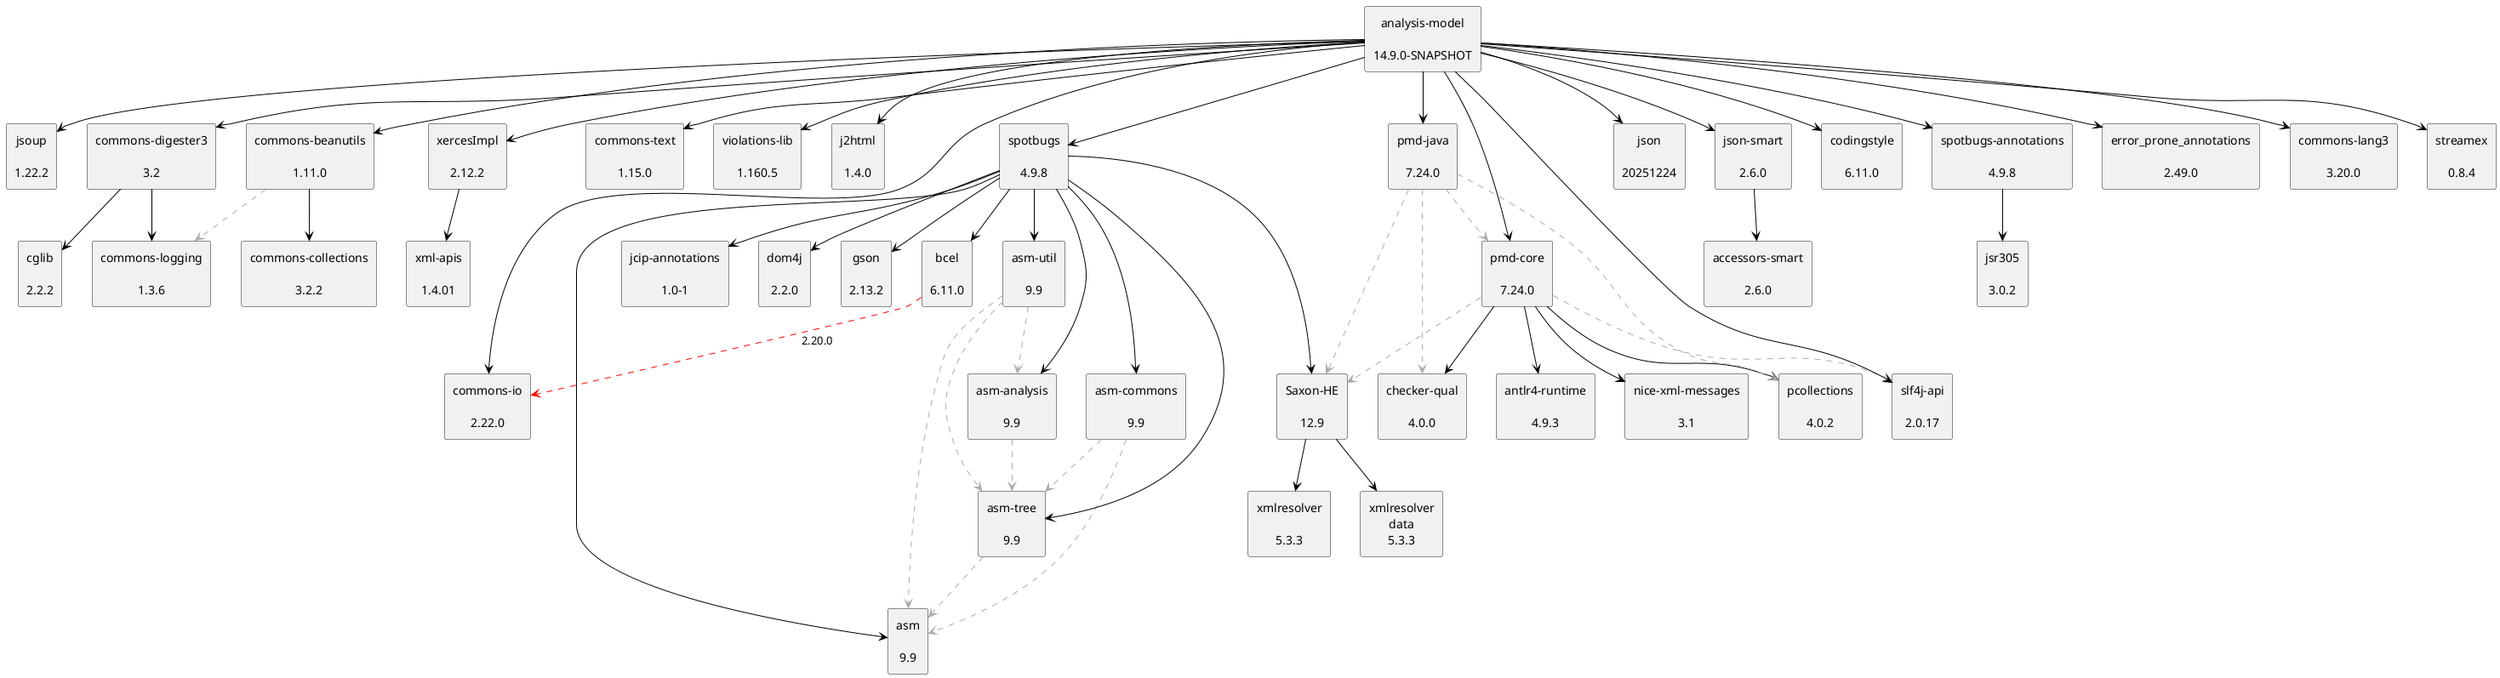
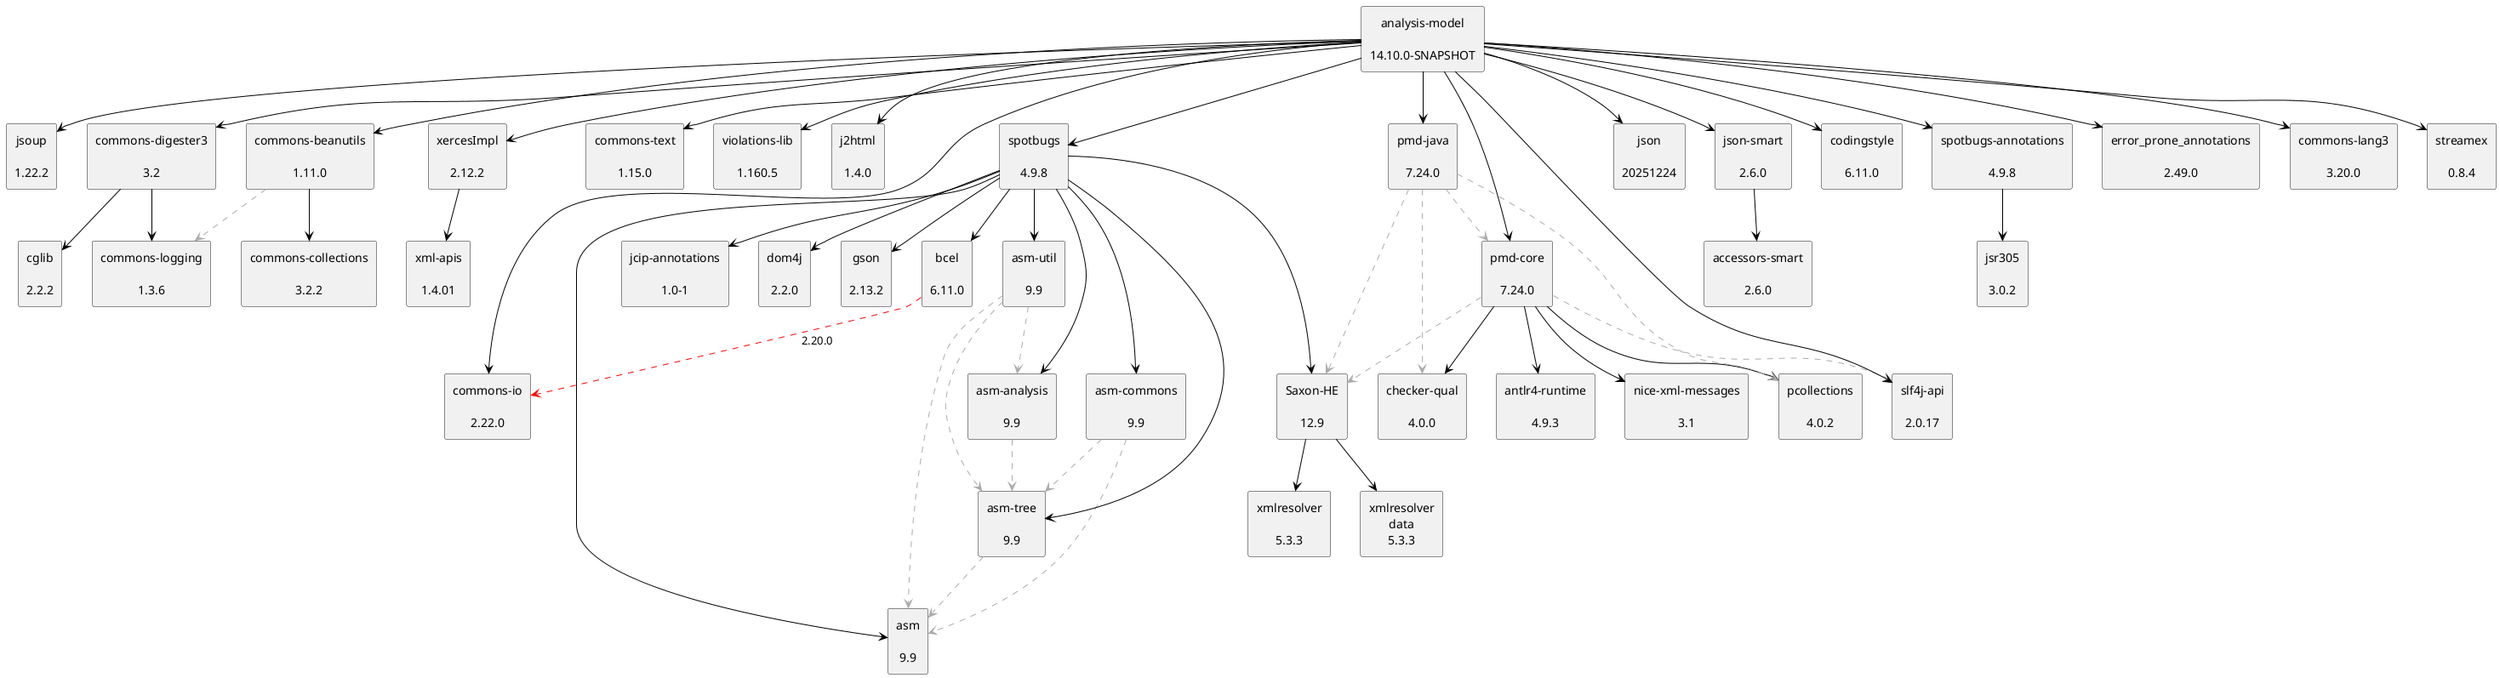
@startuml
skinparam defaultTextAlignment center
skinparam rectangle {
  BackgroundColor<<optional>> beige
  BackgroundColor<<test>> lightGreen
  BackgroundColor<<runtime>> lightBlue
  BackgroundColor<<provided>> lightGray
}
- rectangle "analysis-model\n\n14.9.0-SNAPSHOT" as edu_hm_hafner_analysis_model_jar
+ rectangle "analysis-model\n\n14.10.0-SNAPSHOT" as edu_hm_hafner_analysis_model_jar
rectangle "jsoup\n\n1.22.2" as org_jsoup_jsoup_jar
rectangle "commons-io\n\n2.22.0" as commons_io_commons_io_jar
rectangle "commons-digester3\n\n3.2" as org_apache_commons_commons_digester3_jar
rectangle "cglib\n\n2.2.2" as cglib_cglib_jar
rectangle "commons-logging\n\n1.3.6" as commons_logging_commons_logging_jar
rectangle "commons-beanutils\n\n1.11.0" as commons_beanutils_commons_beanutils_jar
rectangle "commons-collections\n\n3.2.2" as commons_collections_commons_collections_jar
rectangle "commons-text\n\n1.15.0" as org_apache_commons_commons_text_jar
rectangle "violations-lib\n\n1.160.5" as se_bjurr_violations_violations_lib_jar
rectangle "j2html\n\n1.4.0" as com_j2html_j2html_jar
rectangle "xercesImpl\n\n2.12.2" as xerces_xercesImpl_jar
rectangle "xml-apis\n\n1.4.01" as xml_apis_xml_apis_jar
rectangle "spotbugs\n\n4.9.8" as com_github_spotbugs_spotbugs_jar
rectangle "asm\n\n9.9" as org_ow2_asm_asm_jar
rectangle "asm-analysis\n\n9.9" as org_ow2_asm_asm_analysis_jar
rectangle "asm-tree\n\n9.9" as org_ow2_asm_asm_tree_jar
rectangle "asm-commons\n\n9.9" as org_ow2_asm_asm_commons_jar
rectangle "asm-util\n\n9.9" as org_ow2_asm_asm_util_jar
rectangle "bcel\n\n6.11.0" as org_apache_bcel_bcel_jar
rectangle "jcip-annotations\n\n1.0-1" as com_github_stephenc_jcip_jcip_annotations_jar
rectangle "dom4j\n\n2.2.0" as org_dom4j_dom4j_jar
rectangle "gson\n\n2.13.2" as com_google_code_gson_gson_jar
rectangle "Saxon-HE\n\n12.9" as net_sf_saxon_Saxon_HE_jar
rectangle "xmlresolver\n\n5.3.3" as org_xmlresolver_xmlresolver_jar
rectangle "xmlresolver\ndata\n5.3.3" as org_xmlresolver_xmlresolver_jar_data
rectangle "pmd-core\n\n7.24.0" as net_sourceforge_pmd_pmd_core_jar
rectangle "slf4j-api\n\n2.0.17" as org_slf4j_slf4j_api_jar
rectangle "antlr4-runtime\n\n4.9.3" as org_antlr_antlr4_runtime_jar
rectangle "checker-qual\n\n4.0.0" as org_checkerframework_checker_qual_jar
rectangle "pcollections\n\n4.0.2" as org_pcollections_pcollections_jar
rectangle "nice-xml-messages\n\n3.1" as com_github_oowekyala_ooxml_nice_xml_messages_jar
rectangle "pmd-java\n\n7.24.0" as net_sourceforge_pmd_pmd_java_jar
rectangle "json\n\n20251224" as org_json_json_jar
rectangle "json-smart\n\n2.6.0" as net_minidev_json_smart_jar
rectangle "accessors-smart\n\n2.6.0" as net_minidev_accessors_smart_jar
rectangle "codingstyle\n\n6.11.0" as edu_hm_hafner_codingstyle_jar
rectangle "spotbugs-annotations\n\n4.9.8" as com_github_spotbugs_spotbugs_annotations_jar
rectangle "jsr305\n\n3.0.2" as com_google_code_findbugs_jsr305_jar
rectangle "error_prone_annotations\n\n2.49.0" as com_google_errorprone_error_prone_annotations_jar
rectangle "commons-lang3\n\n3.20.0" as org_apache_commons_commons_lang3_jar
rectangle "streamex\n\n0.8.4" as one_util_streamex_jar
edu_hm_hafner_analysis_model_jar -[#000000]-> org_jsoup_jsoup_jar
edu_hm_hafner_analysis_model_jar -[#000000]-> commons_io_commons_io_jar
org_apache_commons_commons_digester3_jar -[#000000]-> cglib_cglib_jar
org_apache_commons_commons_digester3_jar -[#000000]-> commons_logging_commons_logging_jar
edu_hm_hafner_analysis_model_jar -[#000000]-> org_apache_commons_commons_digester3_jar
commons_beanutils_commons_beanutils_jar .[#ABABAB].> commons_logging_commons_logging_jar
commons_beanutils_commons_beanutils_jar -[#000000]-> commons_collections_commons_collections_jar
edu_hm_hafner_analysis_model_jar -[#000000]-> commons_beanutils_commons_beanutils_jar
edu_hm_hafner_analysis_model_jar -[#000000]-> org_apache_commons_commons_text_jar
edu_hm_hafner_analysis_model_jar -[#000000]-> se_bjurr_violations_violations_lib_jar
edu_hm_hafner_analysis_model_jar -[#000000]-> com_j2html_j2html_jar
xerces_xercesImpl_jar -[#000000]-> xml_apis_xml_apis_jar
edu_hm_hafner_analysis_model_jar -[#000000]-> xerces_xercesImpl_jar
com_github_spotbugs_spotbugs_jar -[#000000]-> org_ow2_asm_asm_jar
org_ow2_asm_asm_analysis_jar .[#ABABAB].> org_ow2_asm_asm_tree_jar
com_github_spotbugs_spotbugs_jar -[#000000]-> org_ow2_asm_asm_analysis_jar
org_ow2_asm_asm_commons_jar .[#ABABAB].> org_ow2_asm_asm_jar
org_ow2_asm_asm_commons_jar .[#ABABAB].> org_ow2_asm_asm_tree_jar
com_github_spotbugs_spotbugs_jar -[#000000]-> org_ow2_asm_asm_commons_jar
org_ow2_asm_asm_tree_jar .[#ABABAB].> org_ow2_asm_asm_jar
com_github_spotbugs_spotbugs_jar -[#000000]-> org_ow2_asm_asm_tree_jar
org_ow2_asm_asm_util_jar .[#ABABAB].> org_ow2_asm_asm_jar
org_ow2_asm_asm_util_jar .[#ABABAB].> org_ow2_asm_asm_tree_jar
org_ow2_asm_asm_util_jar .[#ABABAB].> org_ow2_asm_asm_analysis_jar
com_github_spotbugs_spotbugs_jar -[#000000]-> org_ow2_asm_asm_util_jar
org_apache_bcel_bcel_jar .[#FF0000].> commons_io_commons_io_jar: 2.20.0
com_github_spotbugs_spotbugs_jar -[#000000]-> org_apache_bcel_bcel_jar
com_github_spotbugs_spotbugs_jar -[#000000]-> com_github_stephenc_jcip_jcip_annotations_jar
com_github_spotbugs_spotbugs_jar -[#000000]-> org_dom4j_dom4j_jar
com_github_spotbugs_spotbugs_jar -[#000000]-> com_google_code_gson_gson_jar
net_sf_saxon_Saxon_HE_jar -[#000000]-> org_xmlresolver_xmlresolver_jar
net_sf_saxon_Saxon_HE_jar -[#000000]-> org_xmlresolver_xmlresolver_jar_data
com_github_spotbugs_spotbugs_jar -[#000000]-> net_sf_saxon_Saxon_HE_jar
edu_hm_hafner_analysis_model_jar -[#000000]-> com_github_spotbugs_spotbugs_jar
net_sourceforge_pmd_pmd_core_jar .[#ABABAB].> org_slf4j_slf4j_api_jar
net_sourceforge_pmd_pmd_core_jar -[#000000]-> org_antlr_antlr4_runtime_jar
net_sourceforge_pmd_pmd_core_jar .[#ABABAB].> net_sf_saxon_Saxon_HE_jar
net_sourceforge_pmd_pmd_core_jar -[#000000]-> org_checkerframework_checker_qual_jar
net_sourceforge_pmd_pmd_core_jar -[#000000]-> org_pcollections_pcollections_jar
net_sourceforge_pmd_pmd_core_jar -[#000000]-> com_github_oowekyala_ooxml_nice_xml_messages_jar
edu_hm_hafner_analysis_model_jar -[#000000]-> net_sourceforge_pmd_pmd_core_jar
net_sourceforge_pmd_pmd_java_jar .[#ABABAB].> net_sourceforge_pmd_pmd_core_jar
net_sourceforge_pmd_pmd_java_jar .[#ABABAB].> org_checkerframework_checker_qual_jar
net_sourceforge_pmd_pmd_java_jar .[#ABABAB].> net_sf_saxon_Saxon_HE_jar
net_sourceforge_pmd_pmd_java_jar .[#ABABAB].> org_pcollections_pcollections_jar
edu_hm_hafner_analysis_model_jar -[#000000]-> net_sourceforge_pmd_pmd_java_jar
edu_hm_hafner_analysis_model_jar -[#000000]-> org_json_json_jar
net_minidev_json_smart_jar -[#000000]-> net_minidev_accessors_smart_jar
edu_hm_hafner_analysis_model_jar -[#000000]-> net_minidev_json_smart_jar
edu_hm_hafner_analysis_model_jar -[#000000]-> org_slf4j_slf4j_api_jar
edu_hm_hafner_analysis_model_jar -[#000000]-> edu_hm_hafner_codingstyle_jar
com_github_spotbugs_spotbugs_annotations_jar -[#000000]-> com_google_code_findbugs_jsr305_jar
edu_hm_hafner_analysis_model_jar -[#000000]-> com_github_spotbugs_spotbugs_annotations_jar
edu_hm_hafner_analysis_model_jar -[#000000]-> com_google_errorprone_error_prone_annotations_jar
edu_hm_hafner_analysis_model_jar -[#000000]-> org_apache_commons_commons_lang3_jar
edu_hm_hafner_analysis_model_jar -[#000000]-> one_util_streamex_jar
@enduml